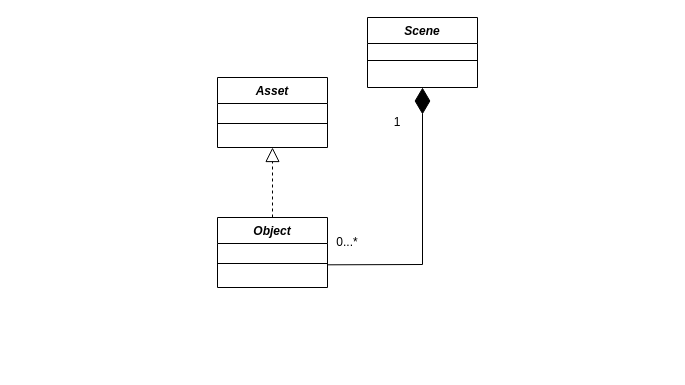
The draw.io diagram Untitled Diagram.drawio in sai11101989/vrsemantics, before the edit. Source tidied: cells renumbered, new cells numbered last; positions are measured from the earlier drawing's top-left corner, leaving out a move shared by most shapes. Both pictures are drawn from the tidied source at 100%, with x=0, y=0 at pixel (217, 17).
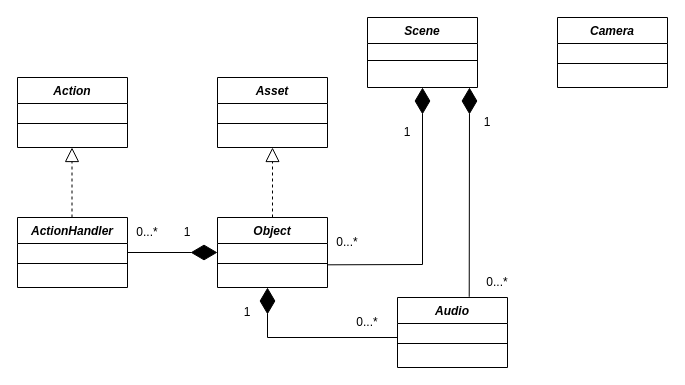
Above is the later version.

Unchanged cells that the change refers to:
```xml
<mxCell id="6" value="Object" style="swimlane;fontStyle=3;align=center;verticalAlign=top;horizontal=1;startSize=26;rounded=0;shadow=0;strokeWidth=1;" parent="1" vertex="1">
  <mxGeometry y="200" width="110" height="70" as="geometry" />
</mxCell>
```

Diff of the diagram source:
```diff
@@
     <mxCell id="11" value="1" style="text;html=1;strokeColor=none;fillColor=none;align=center;verticalAlign=middle;whiteSpace=wrap;rounded=0;" parent="1" vertex="1">
-      <mxGeometry x="150" y="90" width="60" height="30" as="geometry" />
+      <mxGeometry y="280" width="60" height="30" as="geometry" />
     </mxCell>
+    <mxCell id="12" value="Audio" style="swimlane;fontStyle=3;align=center;verticalAlign=top;horizontal=1;startSize=26;rounded=0;shadow=0;strokeWidth=1;" parent="1" vertex="1">
+      <mxGeometry x="180" y="280" width="110" height="70" as="geometry" />
+    </mxCell>
+    <mxCell id="13" style="line;html=1;strokeWidth=1;align=left;verticalAlign=middle;spacingTop=-1;spacingLeft=3;spacingRight=3;labelPosition=right;" parent="12" vertex="1">
+      <mxGeometry y="26" width="110" height="40" as="geometry" />
+    </mxCell>
+    <mxCell id="14" style="endArrow=diamondThin;endFill=1;endSize=24;html=1;rounded=0;" parent="1" edge="1">
+      <mxGeometry relative="1" as="geometry">
+        <mxPoint x="180" y="320" as="sourcePoint" />
+        <mxPoint x="50" y="270" as="targetPoint" />
+        <Array as="points">
+          <mxPoint x="50" y="320" />
+        </Array>
+      </mxGeometry>
+    </mxCell>
+    <mxCell id="15" value="0...*" style="text;html=1;strokeColor=none;fillColor=none;align=center;verticalAlign=middle;whiteSpace=wrap;rounded=0;" parent="1" vertex="1">
+      <mxGeometry x="120" y="290" width="60" height="30" as="geometry" />
+    </mxCell>
+    <mxCell id="16" style="endArrow=diamondThin;endFill=1;endSize=24;html=1;rounded=0;exitX=0.652;exitY=-0.01;exitDx=0;exitDy=0;exitPerimeter=0;" parent="1" edge="1" source="12">
+      <mxGeometry relative="1" as="geometry">
+        <mxPoint x="252" y="70" as="targetPoint" />
+      </mxGeometry>
+    </mxCell>
+    <mxCell id="17" value="0...*" style="text;html=1;strokeColor=none;fillColor=none;align=center;verticalAlign=middle;whiteSpace=wrap;rounded=0;" parent="1" vertex="1">
+      <mxGeometry x="250" y="250" width="60" height="30" as="geometry" />
+    </mxCell>
+    <mxCell id="18" value="1" style="text;html=1;strokeColor=none;fillColor=none;align=center;verticalAlign=middle;whiteSpace=wrap;rounded=0;" parent="1" vertex="1">
+      <mxGeometry x="240" y="90" width="60" height="30" as="geometry" />
+    </mxCell>
+    <mxCell id="19" value="1" style="text;html=1;strokeColor=none;fillColor=none;align=center;verticalAlign=middle;whiteSpace=wrap;rounded=0;" parent="1" vertex="1">
+      <mxGeometry x="160" y="100" width="60" height="30" as="geometry" />
+    </mxCell>
+    <mxCell id="20" value="ActionHandler" style="swimlane;fontStyle=3;align=center;verticalAlign=top;horizontal=1;startSize=26;rounded=0;shadow=0;strokeWidth=1;" parent="1" vertex="1">
+      <mxGeometry x="-200" y="200" width="110" height="70" as="geometry" />
+    </mxCell>
+    <mxCell id="21" style="line;html=1;strokeWidth=1;align=left;verticalAlign=middle;spacingTop=-1;spacingLeft=3;spacingRight=3;labelPosition=right;" parent="20" vertex="1">
+      <mxGeometry y="26" width="110" height="40" as="geometry" />
+    </mxCell>
+    <mxCell id="22" style="endArrow=diamondThin;endFill=1;endSize=24;html=1;rounded=0;exitX=1;exitY=0.5;exitDx=0;exitDy=0;entryX=0;entryY=0.5;entryDx=0;entryDy=0;" parent="1" edge="1" source="20" target="6">
+      <mxGeometry relative="1" as="geometry" />
+    </mxCell>
+    <mxCell id="23" value="0...*" style="text;html=1;strokeColor=none;fillColor=none;align=center;verticalAlign=middle;whiteSpace=wrap;rounded=0;" parent="1" vertex="1">
+      <mxGeometry x="-100" y="200" width="60" height="30" as="geometry" />
+    </mxCell>
+    <mxCell id="24" value="1" style="text;html=1;strokeColor=none;fillColor=none;align=center;verticalAlign=middle;whiteSpace=wrap;rounded=0;" parent="1" vertex="1">
+      <mxGeometry x="-60" y="200" width="60" height="30" as="geometry" />
+    </mxCell>
+    <mxCell id="25" value="Camera" style="swimlane;fontStyle=3;align=center;verticalAlign=top;horizontal=1;startSize=26;rounded=0;shadow=0;strokeWidth=1;" parent="1" vertex="1">
+      <mxGeometry x="340" width="110" height="70" as="geometry" />
+    </mxCell>
+    <mxCell id="26" style="line;html=1;strokeWidth=1;align=left;verticalAlign=middle;spacingTop=-1;spacingLeft=3;spacingRight=3;labelPosition=right;" parent="25" vertex="1">
+      <mxGeometry y="26" width="110" height="40" as="geometry" />
+    </mxCell>
+    <mxCell id="27" value="Action" style="swimlane;fontStyle=3;align=center;verticalAlign=top;horizontal=1;startSize=26;rounded=0;shadow=0;strokeWidth=1;" parent="1" vertex="1">
+      <mxGeometry x="-200" y="60" width="110" height="70" as="geometry" />
+    </mxCell>
+    <mxCell id="28" style="line;html=1;strokeWidth=1;align=left;verticalAlign=middle;spacingTop=-1;spacingLeft=3;spacingRight=3;labelPosition=right;" parent="27" vertex="1">
+      <mxGeometry y="26" width="110" height="40" as="geometry" />
+    </mxCell>
+    <mxCell id="29" style="endArrow=block;dashed=1;endFill=0;endSize=12;html=1;rounded=0;exitX=0.5;exitY=0;exitDx=0;exitDy=0;entryX=0.5;entryY=1;entryDx=0;entryDy=0;" parent="1" edge="1">
+      <mxGeometry relative="1" as="geometry">
+        <mxPoint x="-145.5" y="200" as="sourcePoint" />
+        <mxPoint x="-145.5" y="130" as="targetPoint" />
+      </mxGeometry>
+    </mxCell>
```
